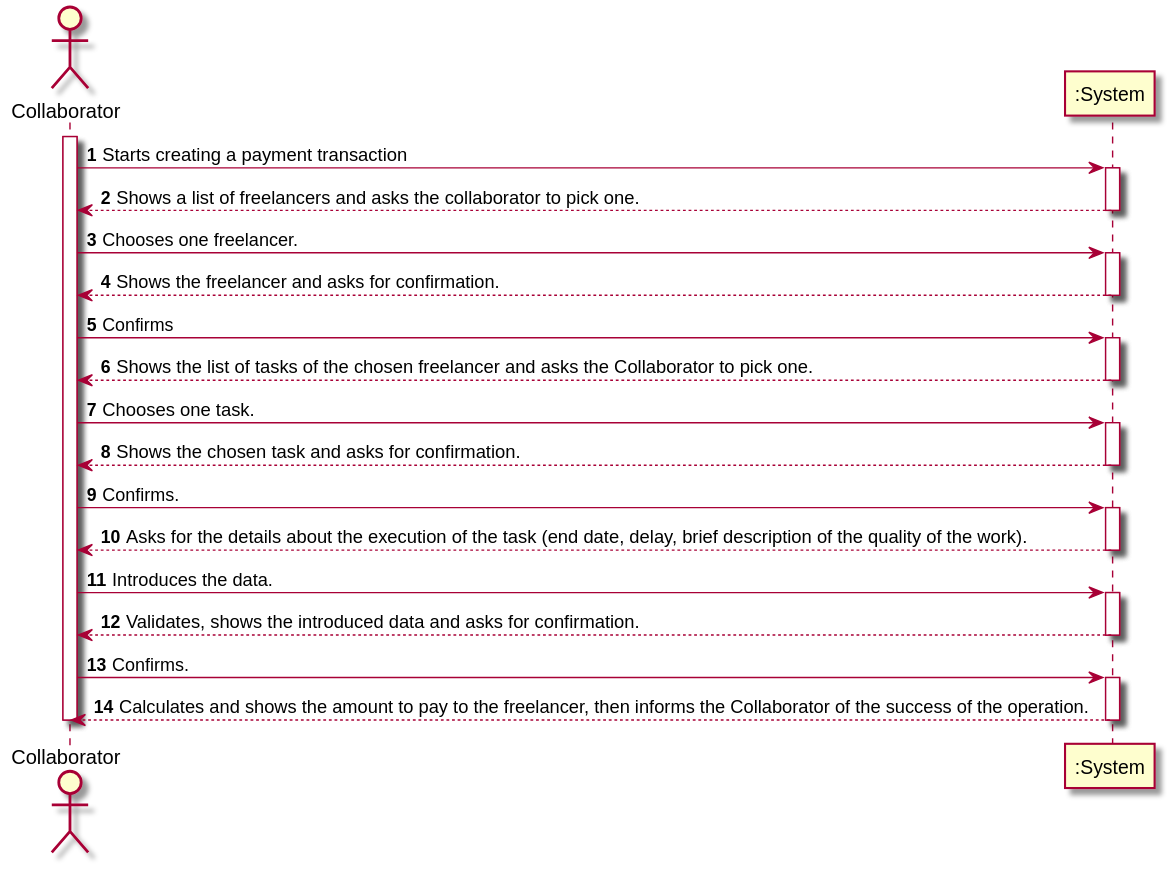
Above: LAPR2-2020-G010-Application/docs/usecases/UC4/UC4_SSD.svg in LourencoMelo/ISEP-LAPR2 (PlantUML), before the change. The source it was exported from:
```plantuml
@startuml
autonumber
actor "Collaborator" as COLAB
participant ":System" as SYS

activate COLAB
COLAB -> SYS : Starts creating a payment transaction
activate SYS
SYS --> COLAB : Shows a list of freelancers and asks the collaborator to pick one.
deactivate SYS
COLAB -> SYS : Chooses one freelancer.
activate SYS
SYS --> COLAB : Shows the freelancer and asks for confirmation.
deactivate SYS
COLAB -> SYS : Confirms
activate SYS
SYS --> COLAB : Shows the list of tasks of the chosen freelancer and asks the Collaborator to pick one.
deactivate SYS
COLAB -> SYS : Chooses one task.
activate SYS
SYS --> COLAB : Shows the chosen task and asks for confirmation.
deactivate SYS
COLAB -> SYS : Confirms.
activate SYS
SYS --> COLAB : Asks for the details about the execution of the task (end date, delay, brief description of the quality of the work).
deactivate SYS
COLAB -> SYS : Introduces the data.
activate SYS
SYS --> COLAB : Validates, shows the introduced data and asks for confirmation.
deactivate SYS
COLAB -> SYS : Confirms.
activate SYS
SYS --> COLAB : Calculates and shows the amount to pay to the freelancer, then informs the Collaborator of the success of the operation.
deactivate SYS
deactivate COLAB

@enduml
```
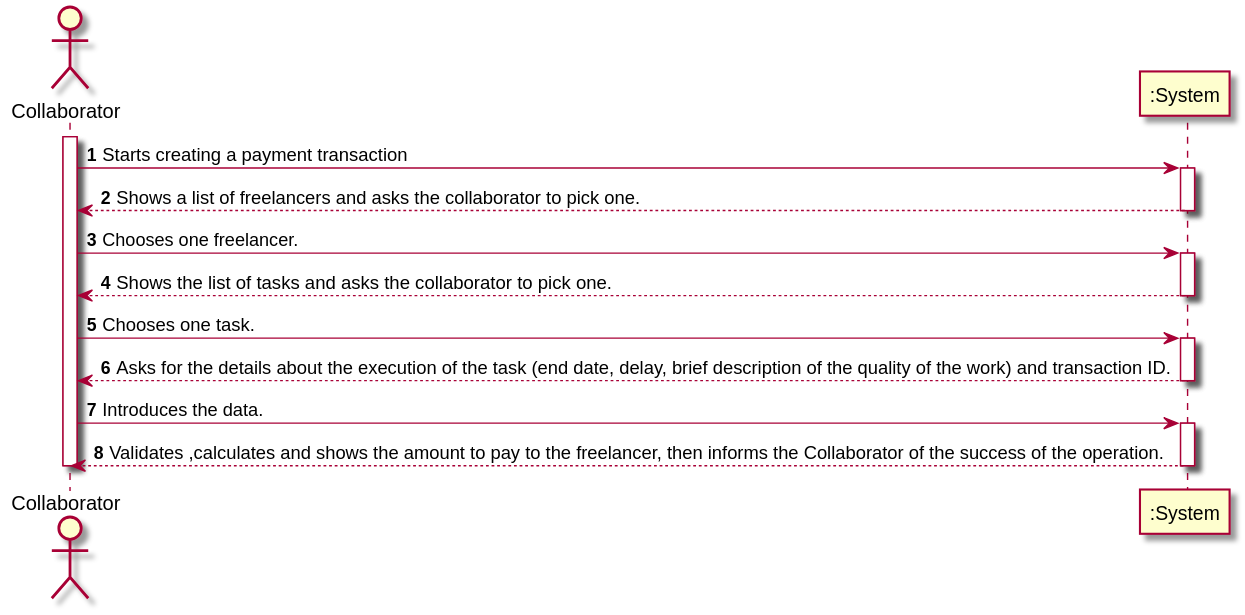
The same file after the commit.

Change to the diagram source:
```diff
@@ -10,27 +10,15 @@
 deactivate SYS
 COLAB -> SYS : Chooses one freelancer.
 activate SYS
-SYS --> COLAB : Shows the freelancer and asks for confirmation.
-deactivate SYS
-COLAB -> SYS : Confirms
-activate SYS
-SYS --> COLAB : Shows the list of tasks of the chosen freelancer and asks the Collaborator to pick one.
+SYS --> COLAB : Shows the list of tasks and asks the collaborator to pick one.
 deactivate SYS
 COLAB -> SYS : Chooses one task.
 activate SYS
-SYS --> COLAB : Shows the chosen task and asks for confirmation.
-deactivate SYS
-COLAB -> SYS : Confirms.
-activate SYS
-SYS --> COLAB : Asks for the details about the execution of the task (end date, delay, brief description of the quality of the work).
+SYS --> COLAB : Asks for the details about the execution of the task (end date, delay, brief description of the quality of the work) and transaction ID.
 deactivate SYS
 COLAB -> SYS : Introduces the data.
 activate SYS
-SYS --> COLAB : Validates, shows the introduced data and asks for confirmation.
-deactivate SYS
-COLAB -> SYS : Confirms.
-activate SYS
-SYS --> COLAB : Calculates and shows the amount to pay to the freelancer, then informs the Collaborator of the success of the operation.
+SYS --> COLAB : Validates ,calculates and shows the amount to pay to the freelancer, then informs the Collaborator of the success of the operation.
 deactivate SYS
 deactivate COLAB
 
```
